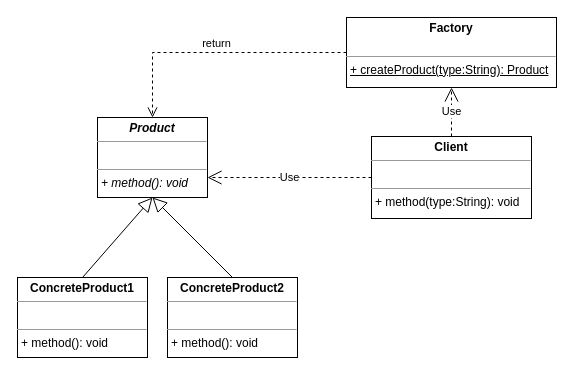
Above: src/main/java/others/simplefactory/imgs/SimpleFactory.drawio in NinaWan/DesignPattern (draw.io), before the change. Source tidied: cells renumbered, new cells numbered last; positions are measured from the earlier drawing's top-left corner, leaving out a move shared by most shapes. Both pictures are drawn from the tidied source at 100%, with x=0, y=0 at pixel (17, 17).
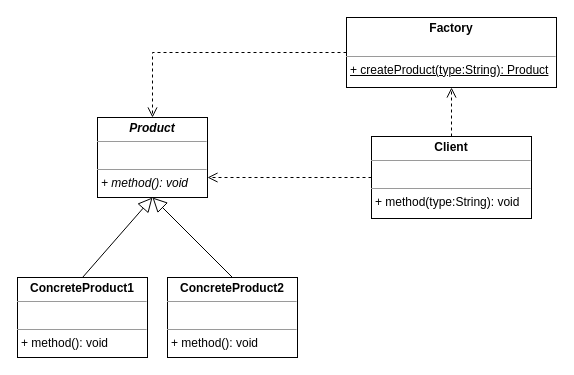
Above is the later version.

What changed in the source:
```diff
@@
 <mxGraphModel>
   <root>
     <mxCell id="0" />
     <mxCell id="1" parent="0" />
     <mxCell id="2" value="&lt;p style=&quot;margin:0px;margin-top:4px;text-align:center;&quot;&gt;&lt;b&gt;&lt;i&gt;Product&lt;/i&gt;&lt;/b&gt;&lt;/p&gt;&lt;hr size=&quot;1&quot;&gt;&lt;p style=&quot;margin:0px;margin-left:4px;&quot;&gt;&lt;i&gt;&lt;br&gt;&lt;/i&gt;&lt;/p&gt;&lt;hr size=&quot;1&quot;&gt;&lt;p style=&quot;margin:0px;margin-left:4px;&quot;&gt;&lt;i&gt;+ method(): void&lt;/i&gt;&lt;/p&gt;" style="verticalAlign=top;align=left;overflow=fill;fontSize=12;fontFamily=Helvetica;html=1;" parent="1" vertex="1">
       <mxGeometry x="80" y="100" width="110" height="80" as="geometry" />
     </mxCell>
     <mxCell id="3" value="&lt;p style=&quot;margin:0px;margin-top:4px;text-align:center;&quot;&gt;&lt;b&gt;ConcreteProduct1&lt;/b&gt;&lt;/p&gt;&lt;hr size=&quot;1&quot;&gt;&lt;p style=&quot;margin:0px;margin-left:4px;&quot;&gt;&lt;br&gt;&lt;/p&gt;&lt;hr size=&quot;1&quot;&gt;&lt;p style=&quot;margin:0px;margin-left:4px;&quot;&gt;+ method(): void&lt;/p&gt;" style="verticalAlign=top;align=left;overflow=fill;fontSize=12;fontFamily=Helvetica;html=1;" parent="1" vertex="1">
       <mxGeometry y="260" width="130" height="80" as="geometry" />
     </mxCell>
     <mxCell id="4" value="&lt;p style=&quot;margin:0px;margin-top:4px;text-align:center;&quot;&gt;&lt;b&gt;ConcreteProduct2&lt;/b&gt;&lt;/p&gt;&lt;hr size=&quot;1&quot;&gt;&lt;p style=&quot;margin:0px;margin-left:4px;&quot;&gt;&lt;br&gt;&lt;/p&gt;&lt;hr size=&quot;1&quot;&gt;&lt;p style=&quot;margin:0px;margin-left:4px;&quot;&gt;+ method(): void&lt;br&gt;&lt;/p&gt;" style="verticalAlign=top;align=left;overflow=fill;fontSize=12;fontFamily=Helvetica;html=1;" parent="1" vertex="1">
       <mxGeometry x="150" y="260" width="130" height="80" as="geometry" />
     </mxCell>
     <mxCell id="5" style="endArrow=block;endFill=0;endSize=12;html=1;rounded=0;exitX=0.5;exitY=0;exitDx=0;exitDy=0;entryX=0.5;entryY=1;entryDx=0;entryDy=0;" parent="1" edge="1" source="3" target="2">
       <mxGeometry relative="1" as="geometry" />
     </mxCell>
     <mxCell id="6" style="endArrow=block;endFill=0;endSize=12;html=1;rounded=0;exitX=0.5;exitY=0;exitDx=0;exitDy=0;entryX=0.5;entryY=1;entryDx=0;entryDy=0;" parent="1" edge="1" source="4" target="2">
       <mxGeometry relative="1" as="geometry" />
     </mxCell>
     <mxCell id="7" value="&lt;p style=&quot;margin:0px;margin-top:4px;text-align:center;&quot;&gt;&lt;b&gt;Factory&lt;/b&gt;&lt;/p&gt;&lt;p style=&quot;margin:0px;margin-left:4px;&quot;&gt;&lt;br&gt;&lt;/p&gt;&lt;hr size=&quot;1&quot;&gt;&lt;p style=&quot;margin:0px;margin-left:4px;&quot;&gt;&lt;u&gt;+ createProduct(type:String): Product&lt;/u&gt;&lt;/p&gt;" style="verticalAlign=top;align=left;overflow=fill;fontSize=12;fontFamily=Helvetica;html=1;" parent="1" vertex="1">
       <mxGeometry x="329" width="210" height="70" as="geometry" />
     </mxCell>
-    <mxCell id="8" value="return" style="html=1;verticalAlign=bottom;endArrow=open;dashed=1;endSize=8;rounded=0;exitX=0;exitY=0.5;exitDx=0;exitDy=0;entryX=0.5;entryY=0;entryDx=0;entryDy=0;edgeStyle=orthogonalEdgeStyle;" parent="1" edge="1" source="7" target="2">
+    <mxCell id="8" style="html=1;verticalAlign=bottom;endArrow=open;dashed=1;endSize=8;rounded=0;exitX=0;exitY=0.5;exitDx=0;exitDy=0;entryX=0.5;entryY=0;entryDx=0;entryDy=0;edgeStyle=orthogonalEdgeStyle;" parent="1" edge="1" source="7" target="2">
       <mxGeometry relative="1" as="geometry" />
     </mxCell>
     <mxCell id="9" value="&lt;p style=&quot;margin:0px;margin-top:4px;text-align:center;&quot;&gt;&lt;b&gt;Client&lt;/b&gt;&lt;/p&gt;&lt;hr size=&quot;1&quot;&gt;&lt;p style=&quot;margin:0px;margin-left:4px;&quot;&gt;&lt;br&gt;&lt;/p&gt;&lt;hr size=&quot;1&quot;&gt;&lt;p style=&quot;margin:0px;margin-left:4px;&quot;&gt;&lt;span style=&quot;background-color: initial;&quot;&gt;+ method(type:String): void&lt;/span&gt;&lt;br&gt;&lt;/p&gt;" style="verticalAlign=top;align=left;overflow=fill;fontSize=12;fontFamily=Helvetica;html=1;" parent="1" vertex="1">
       <mxGeometry x="354" y="119" width="160" height="82" as="geometry" />
     </mxCell>
-    <mxCell id="10" value="Use" style="endArrow=open;endSize=12;dashed=1;html=1;rounded=0;exitX=0;exitY=0.5;exitDx=0;exitDy=0;entryX=1;entryY=0.75;entryDx=0;entryDy=0;" parent="1" edge="1" source="9" target="2">
+    <mxCell id="10" style="endArrow=open;endSize=8;dashed=1;html=1;rounded=0;exitX=0;exitY=0.5;exitDx=0;exitDy=0;entryX=1;entryY=0.75;entryDx=0;entryDy=0;endFill=0;" parent="1" edge="1" source="9" target="2">
       <mxGeometry relative="1" as="geometry" />
     </mxCell>
-    <mxCell id="11" value="Use" style="endArrow=open;endSize=12;dashed=1;html=1;rounded=0;exitX=0.5;exitY=0;exitDx=0;exitDy=0;entryX=0.5;entryY=1;entryDx=0;entryDy=0;" parent="1" edge="1" source="9" target="7">
+    <mxCell id="11" style="endArrow=open;endSize=8;dashed=1;html=1;rounded=0;exitX=0.5;exitY=0;exitDx=0;exitDy=0;entryX=0.5;entryY=1;entryDx=0;entryDy=0;" parent="1" edge="1" source="9" target="7">
       <mxGeometry relative="1" as="geometry" />
     </mxCell>
   </root>
 </mxGraphModel>
```
